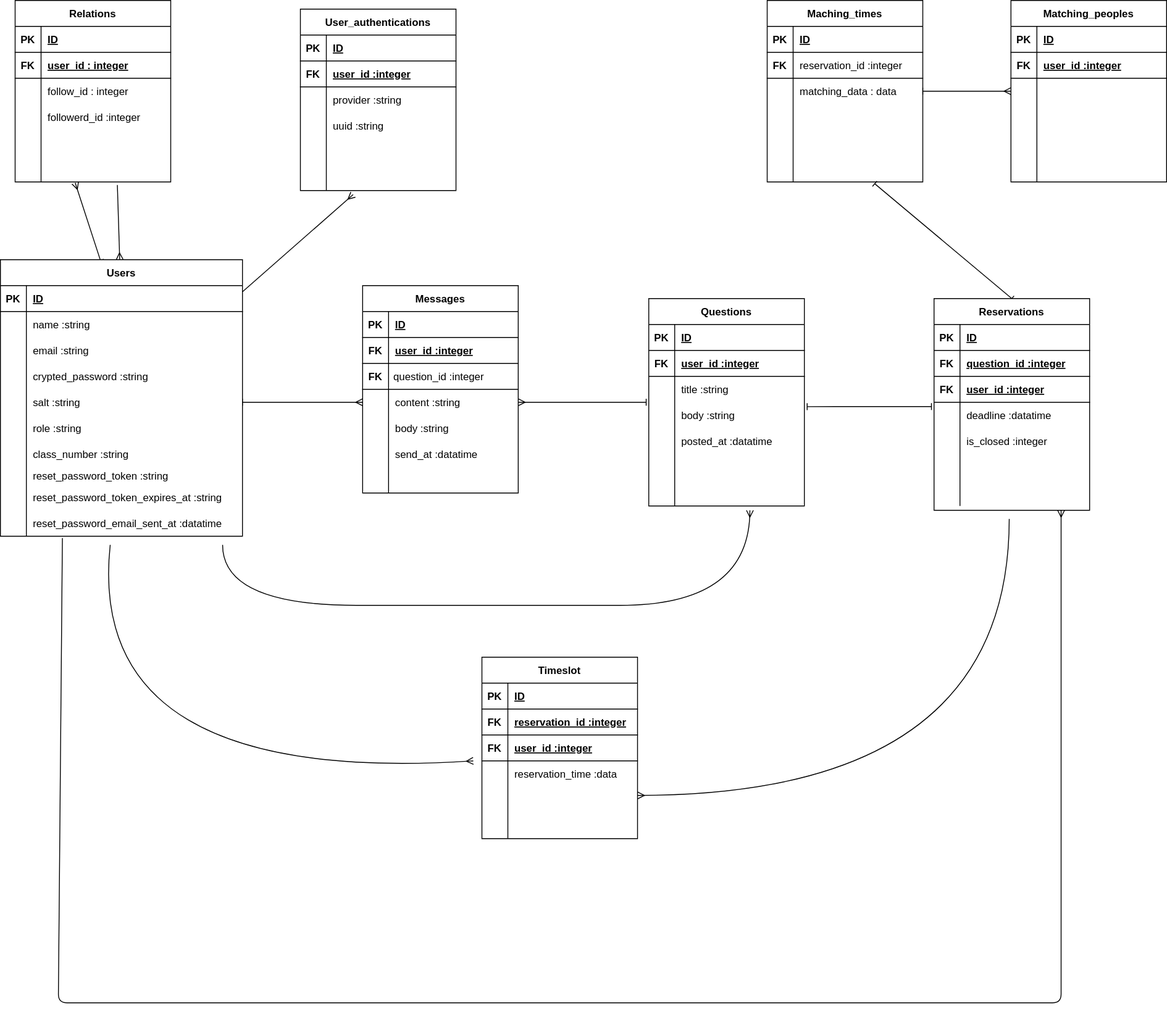
Earlier version of the draw.io export link_discord.svg (ys1227/link_discord). Source tidied: cells renumbered, new cells last; positions are measured from the earlier drawing's top-left corner, leaving out a move shared by most shapes.
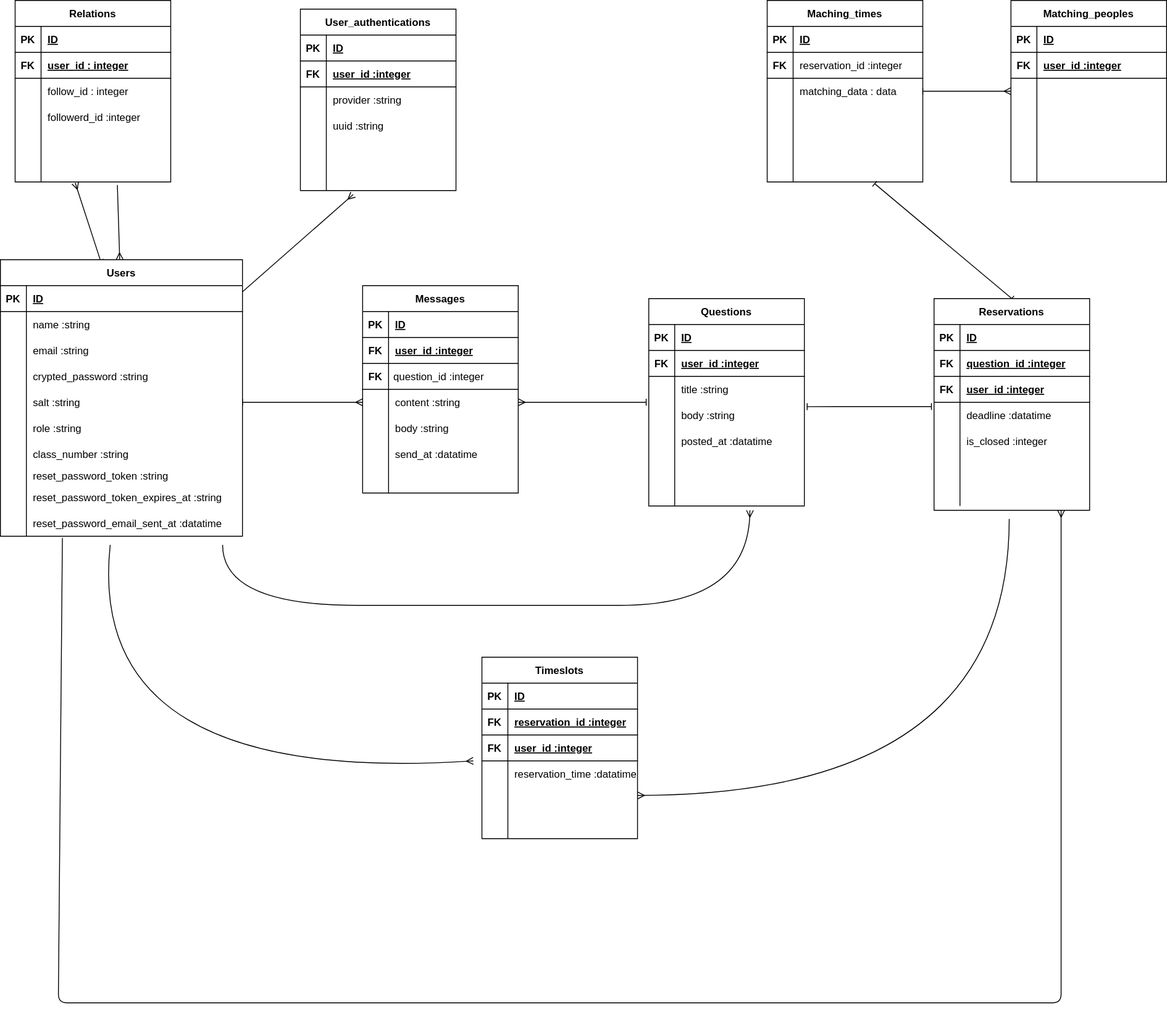
Later version of the same file.

Change to the diagram source:
```diff
@@ -587,7 +587,7 @@
     <mxCell id="183" style="shape=partialRectangle;fillColor=none;top=0;left=0;bottom=0;right=0;align=left;spacingLeft=6;overflow=hidden;labelBackgroundColor=none;" parent="181" vertex="1">
       <mxGeometry x="30" width="150" height="30" as="geometry" />
     </mxCell>
-    <mxCell id="184" value="Timeslot" style="shape=table;startSize=30;rowLines=0;fontStyle=1;align=center;labelBackgroundColor=none;" parent="1" vertex="1">
+    <mxCell id="184" value="Timeslots" style="shape=table;startSize=30;rowLines=0;fontStyle=1;align=center;labelBackgroundColor=none;" parent="1" vertex="1">
       <mxGeometry x="557" y="760" width="180" height="210" as="geometry" />
     </mxCell>
     <mxCell id="185" style="shape=tableRow;horizontal=0;startSize=0;swimlaneHead=0;swimlaneBody=0;fillColor=none;top=0;left=0;right=0;bottom=1;labelBackgroundColor=none;" parent="184" vertex="1">
@@ -623,7 +623,7 @@
     <mxCell id="195" style="shape=partialRectangle;fillColor=none;top=0;left=0;bottom=0;right=0;overflow=hidden;labelBackgroundColor=none;" parent="194" vertex="1">
       <mxGeometry width="30" height="30" as="geometry" />
     </mxCell>
-    <mxCell id="196" value="reservation_time :data" style="shape=partialRectangle;fillColor=none;top=0;left=0;bottom=0;right=0;align=left;spacingLeft=6;overflow=hidden;labelBackgroundColor=none;" parent="194" vertex="1">
+    <mxCell id="196" value="reservation_time :datatime" style="shape=partialRectangle;fillColor=none;top=0;left=0;bottom=0;right=0;align=left;spacingLeft=6;overflow=hidden;labelBackgroundColor=none;" parent="194" vertex="1">
       <mxGeometry x="30" width="150" height="30" as="geometry" />
     </mxCell>
     <mxCell id="197" style="shape=tableRow;horizontal=0;startSize=0;swimlaneHead=0;swimlaneBody=0;fillColor=none;top=0;left=0;right=0;bottom=0;labelBackgroundColor=none;" parent="184" vertex="1">
```
